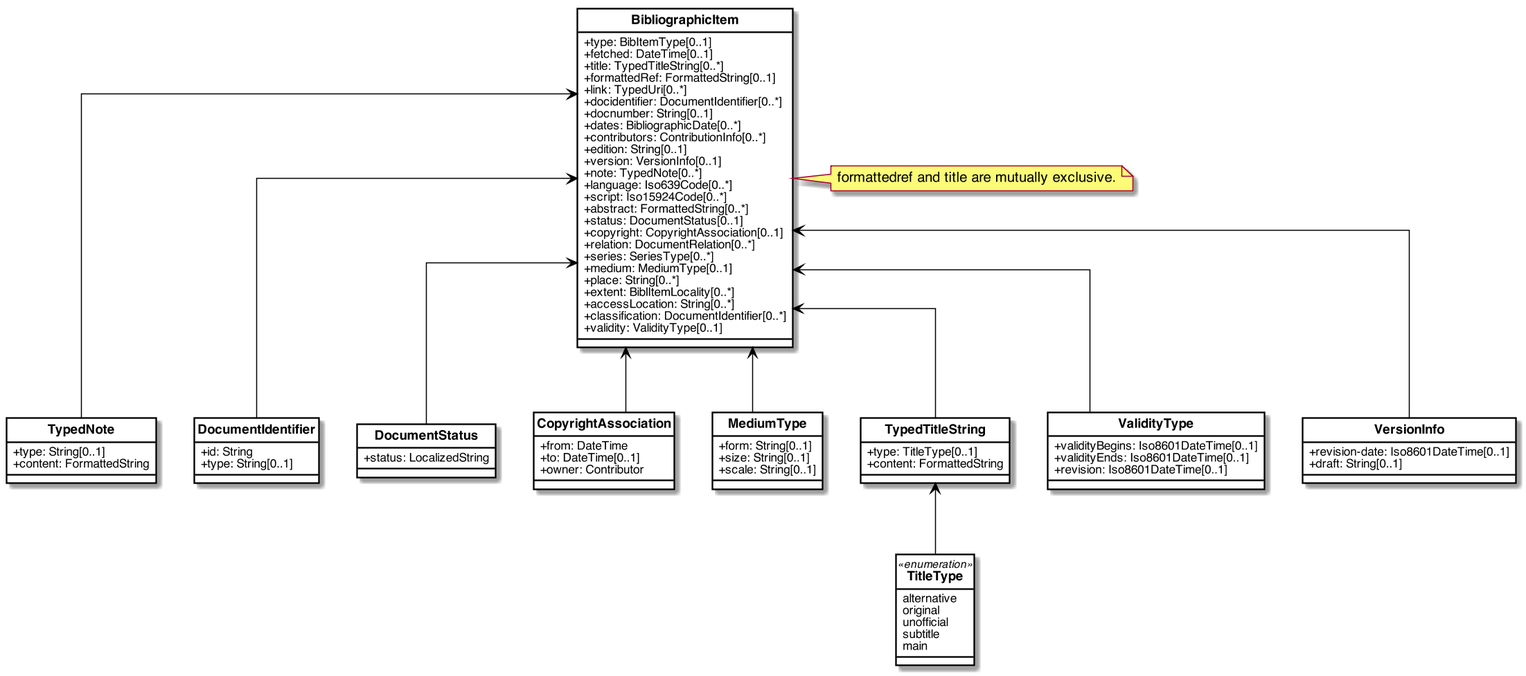
Above: images/RelBib_BibliographicItem.png in relaton/relaton-models (PlantUML), before the change.
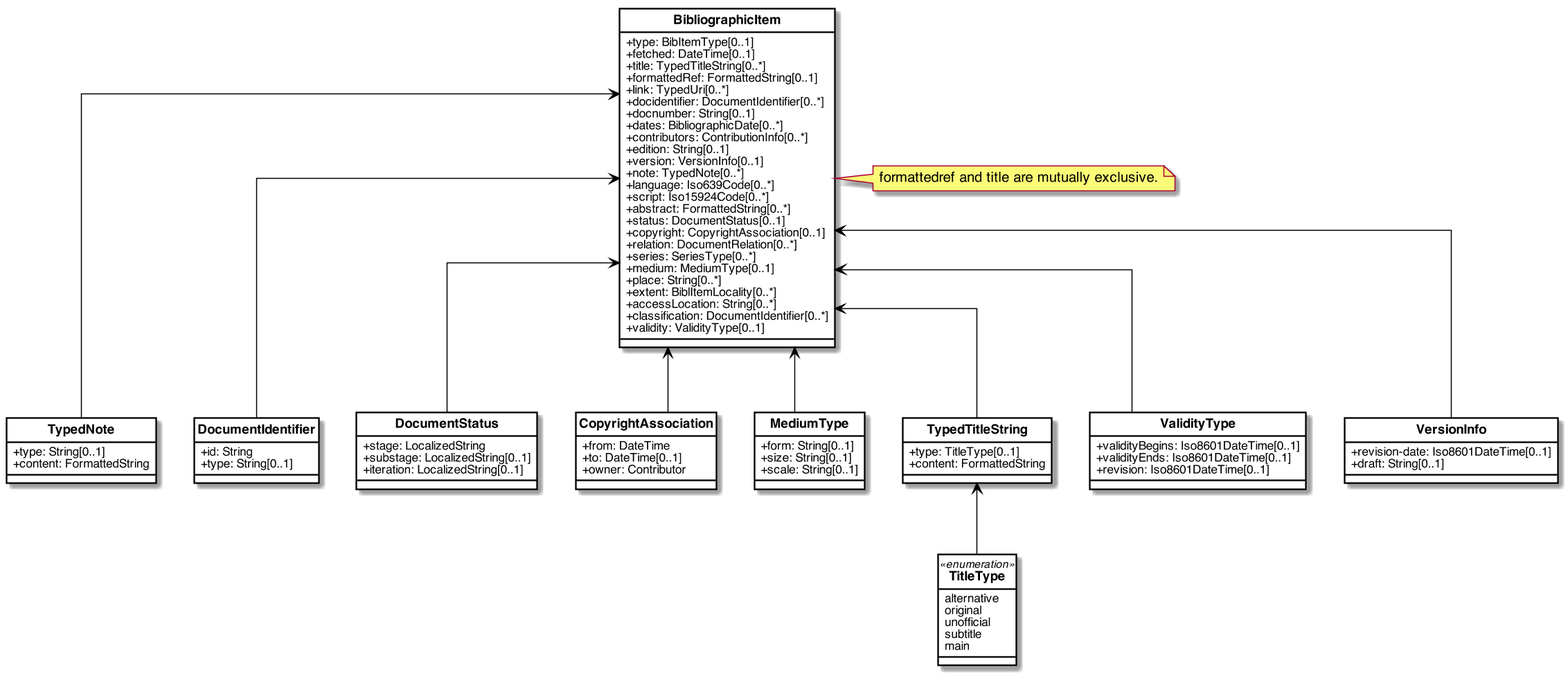
After the commit.

Commit message:
change modelling of status

Change to the diagram source:
```diff
@@ -80,7 +80,9 @@
 }
 
 class DocumentStatus{
-    +status: LocalizedString
+    +stage: LocalizedString
+    +substage: LocalizedString[0..1]
+    +iteration: LocalizedString[0..1]
 }
 
 class CopyrightAssociation{
```
